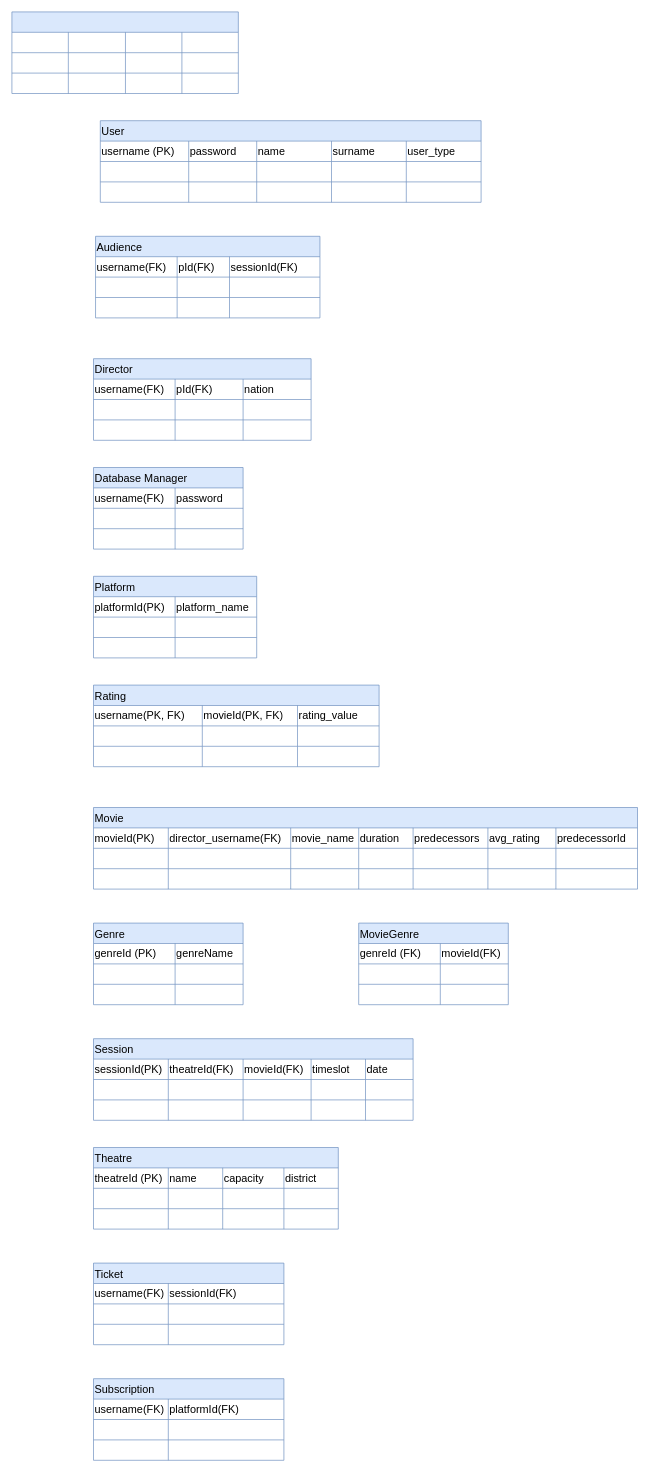
OnurKlc/draw.io_files keeps this draw.io diagram as relationalModel.drawio. Above is the earlier version. Source tidied: cells renumbered, new cells numbered last; positions are measured from the earlier drawing's top-left corner, leaving out a move shared by most shapes. Both pictures are drawn from the tidied source at 68%, with x=0, y=0 at pixel (12, 12).
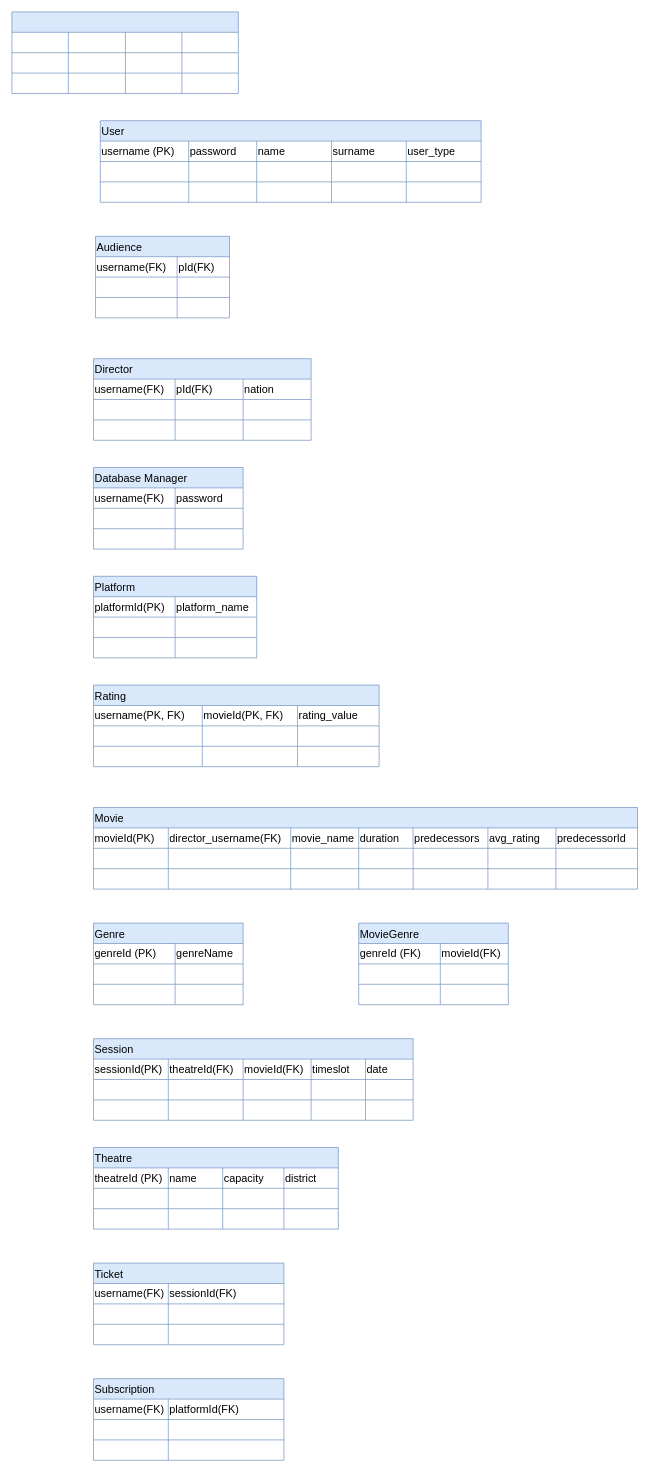
After the change.

Diff of the diagram source:
```diff
@@
     <mxCell id="153" value="Audience" style="shape=table;startSize=30;childLayout=tableLayout;strokeColor=#6c8ebf;fontSize=16;align=left;perimeterSpacing=0;fillColor=#dae8fc;" parent="1" vertex="1">
-      <mxGeometry x="123" y="330" width="330" height="120" as="geometry" />
+      <mxGeometry x="123" y="330" width="197" height="120" as="geometry" />
     </mxCell>
     <mxCell id="154" style="shape=tableRow;horizontal=0;startSize=0;swimlaneHead=0;swimlaneBody=0;strokeColor=inherit;top=0;left=0;bottom=0;right=0;fillColor=none;fontSize=16;" parent="153" vertex="1">
-      <mxGeometry y="30" width="330" height="30" as="geometry" />
+      <mxGeometry y="30" width="197" height="30" as="geometry" />
     </mxCell>
@@
-    <mxCell id="157" value="sessionId(FK)" style="shape=partialRectangle;html=1;whiteSpace=wrap;strokeColor=inherit;overflow=hidden;fillColor=none;top=0;left=0;bottom=0;right=0;fontSize=16;align=left;" parent="154" vertex="1">
-      <mxGeometry x="197" width="133" height="30" as="geometry" />
-    </mxCell>
     <mxCell id="158" style="shape=tableRow;horizontal=0;startSize=0;swimlaneHead=0;swimlaneBody=0;strokeColor=inherit;top=0;left=0;bottom=0;right=0;fillColor=none;fontSize=16;" parent="153" vertex="1">
-      <mxGeometry y="60" width="330" height="30" as="geometry" />
+      <mxGeometry y="60" width="197" height="30" as="geometry" />
     </mxCell>
@@
-    <mxCell id="161" style="shape=partialRectangle;html=1;whiteSpace=wrap;strokeColor=inherit;overflow=hidden;fillColor=none;top=0;left=0;bottom=0;right=0;fontSize=16;" parent="158" vertex="1">
-      <mxGeometry x="197" width="133" height="30" as="geometry" />
-    </mxCell>
     <mxCell id="162" style="shape=tableRow;horizontal=0;startSize=0;swimlaneHead=0;swimlaneBody=0;strokeColor=inherit;top=0;left=0;bottom=0;right=0;fillColor=none;fontSize=16;" parent="153" vertex="1">
-      <mxGeometry y="90" width="330" height="30" as="geometry" />
+      <mxGeometry y="90" width="197" height="30" as="geometry" />
     </mxCell>
@@
-    <mxCell id="165" style="shape=partialRectangle;html=1;whiteSpace=wrap;strokeColor=inherit;overflow=hidden;fillColor=none;top=0;left=0;bottom=0;right=0;fontSize=16;" parent="162" vertex="1">
-      <mxGeometry x="197" width="133" height="30" as="geometry" />
-    </mxCell>
```
